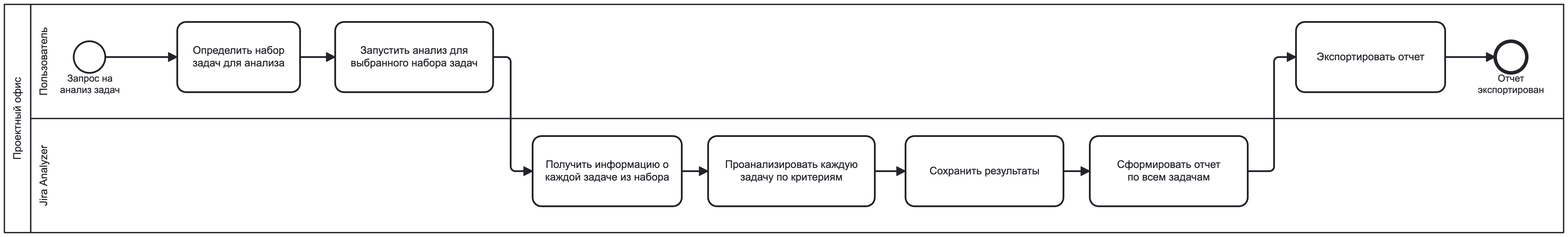
Above: docs/resources/BPMN/TO_BE.png in vladuslavivanov/jira_analyzer (BPMN), before the change. Its source is kept beside it as docs/resources/BPMN/TO_BE.bpmn. Ids are renumbered.
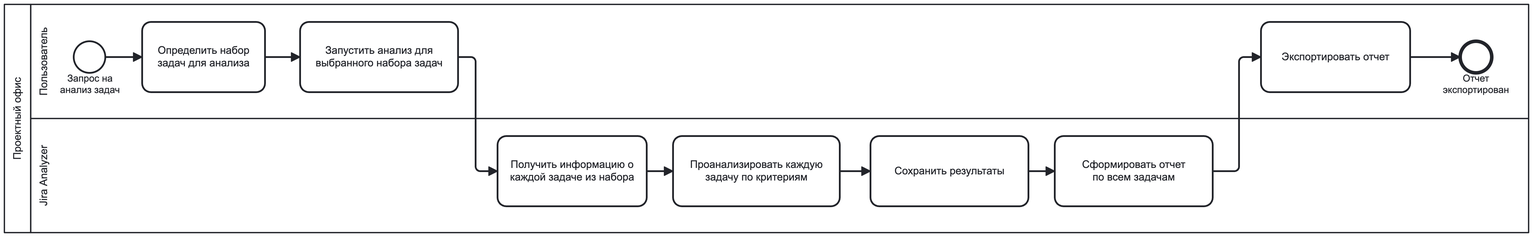
Later version of the same file.

Commit message:
update spaces on BPMN diagrams to make it similar

The edit, as a diff of the source:
```diff
@@ -4,18 +4,18 @@
   </bpmn:collaboration>
   <bpmn:process id="Process_ToBe_JiraAnalyzer" name="TO-BE: Анализ задач через Jira Analyzer" isExecutable="true">
     <bpmn:laneSet id="LaneSet_1">
+      <bpmn:lane id="Lane_n4" name="Jira Analyzer">
+        <bpmn:flowNodeRef>Task_SendJiraRequest</bpmn:flowNodeRef>
+        <bpmn:flowNodeRef>Activity_n5</bpmn:flowNodeRef>
+        <bpmn:flowNodeRef>Task_AnalyzeIssues</bpmn:flowNodeRef>
+        <bpmn:flowNodeRef>Task_ShowAnalysisResults</bpmn:flowNodeRef>
+      </bpmn:lane>
       <bpmn:lane id="Lane_n3" name="Пользователь">
         <bpmn:flowNodeRef>StartEvent_1</bpmn:flowNodeRef>
         <bpmn:flowNodeRef>Task_OpenAnalyzer</bpmn:flowNodeRef>
         <bpmn:flowNodeRef>Task_SetJql</bpmn:flowNodeRef>
         <bpmn:flowNodeRef>Task_ExportReport</bpmn:flowNodeRef>
         <bpmn:flowNodeRef>EndEvent_1</bpmn:flowNodeRef>
-      </bpmn:lane>
-      <bpmn:lane id="Lane_n4" name="Jira Analyzer">
-        <bpmn:flowNodeRef>Task_SendJiraRequest</bpmn:flowNodeRef>
-        <bpmn:flowNodeRef>Activity_n5</bpmn:flowNodeRef>
-        <bpmn:flowNodeRef>Task_AnalyzeIssues</bpmn:flowNodeRef>
-        <bpmn:flowNodeRef>Task_ShowAnalysisResults</bpmn:flowNodeRef>
       </bpmn:lane>
     </bpmn:laneSet>
     <bpmn:startEvent id="StartEvent_1" name="Запрос на анализ задач">
@@ -64,91 +64,91 @@
   <bpmndi:BPMNDiagram id="BPMNDiagram_1">
     <bpmndi:BPMNPlane id="BPMNPlane_1" bpmnElement="Collaboration_n1">
       <bpmndi:BPMNShape id="Participant_n2_di" bpmnElement="Participant_n2" isHorizontal="true">
-        <dc:Bounds x="153" y="180" width="1777" height="260" />
+        <dc:Bounds x="153" y="80" width="1737" height="260" />
+        <bpmndi:BPMNLabel />
+      </bpmndi:BPMNShape>
+      <bpmndi:BPMNShape id="Lane_n4_di" bpmnElement="Lane_n4" isHorizontal="true">
+        <dc:Bounds x="183" y="210" width="1707" height="130" />
         <bpmndi:BPMNLabel />
       </bpmndi:BPMNShape>
       <bpmndi:BPMNShape id="Lane_n3_di" bpmnElement="Lane_n3" isHorizontal="true">
-        <dc:Bounds x="183" y="180" width="1747" height="130" />
-        <bpmndi:BPMNLabel />
-      </bpmndi:BPMNShape>
-      <bpmndi:BPMNShape id="Lane_n4_di" bpmnElement="Lane_n4" isHorizontal="true">
-        <dc:Bounds x="183" y="310" width="1747" height="130" />
+        <dc:Bounds x="183" y="80" width="1707" height="130" />
         <bpmndi:BPMNLabel />
       </bpmndi:BPMNShape>
       <bpmndi:BPMNShape id="StartEvent_1_di" bpmnElement="StartEvent_1">
-        <dc:Bounds x="232" y="222" width="36" height="36" />
+        <dc:Bounds x="232" y="122" width="36" height="36" />
         <bpmndi:BPMNLabel>
-          <dc:Bounds x="216" y="258" width="69" height="27" />
+          <dc:Bounds x="216" y="158" width="69" height="27" />
         </bpmndi:BPMNLabel>
       </bpmndi:BPMNShape>
       <bpmndi:BPMNShape id="Task_OpenAnalyzer_di" bpmnElement="Task_OpenAnalyzer">
-        <dc:Bounds x="350" y="200" width="140" height="80" />
+        <dc:Bounds x="310" y="100" width="140" height="80" />
         <bpmndi:BPMNLabel />
       </bpmndi:BPMNShape>
       <bpmndi:BPMNShape id="Task_SetJql_di" bpmnElement="Task_SetJql">
-        <dc:Bounds x="530" y="200" width="180" height="80" />
+        <dc:Bounds x="490" y="100" width="180" height="80" />
         <bpmndi:BPMNLabel />
       </bpmndi:BPMNShape>
       <bpmndi:BPMNShape id="Task_SendJiraRequest_di" bpmnElement="Task_SendJiraRequest">
-        <dc:Bounds x="755" y="330" width="170" height="80" />
+        <dc:Bounds x="715" y="230" width="170" height="80" />
         <bpmndi:BPMNLabel />
       </bpmndi:BPMNShape>
       <bpmndi:BPMNShape id="BPMNShape_n9" bpmnElement="Activity_n5">
-        <dc:Bounds x="1390" y="330" width="180" height="80" />
+        <dc:Bounds x="1350" y="230" width="180" height="80" />
         <bpmndi:BPMNLabel />
       </bpmndi:BPMNShape>
       <bpmndi:BPMNShape id="Task_AnalyzeIssues_di" bpmnElement="Task_AnalyzeIssues">
-        <dc:Bounds x="955" y="330" width="190" height="80" />
+        <dc:Bounds x="915" y="230" width="190" height="80" />
         <bpmndi:BPMNLabel />
       </bpmndi:BPMNShape>
       <bpmndi:BPMNShape id="Task_ShowAnalysisResults_di" bpmnElement="Task_ShowAnalysisResults">
-        <dc:Bounds x="1180" y="330" width="180" height="80" />
+        <dc:Bounds x="1140" y="230" width="180" height="80" />
         <bpmndi:BPMNLabel />
       </bpmndi:BPMNShape>
       <bpmndi:BPMNShape id="Task_ExportReport_di" bpmnElement="Task_ExportReport">
-        <dc:Bounds x="1625" y="200" width="170" height="80" />
+        <dc:Bounds x="1585" y="100" width="170" height="80" />
       </bpmndi:BPMNShape>
       <bpmndi:BPMNShape id="EndEvent_1_di" bpmnElement="EndEvent_1">
-        <dc:Bounds x="1852" y="222" width="36" height="36" />
+        <dc:Bounds x="1812" y="122" width="36" height="36" />
         <bpmndi:BPMNLabel>
-          <dc:Bounds x="1832" y="258" width="76" height="27" />
+          <dc:Bounds x="1792" y="158" width="76" height="27" />
         </bpmndi:BPMNLabel>
       </bpmndi:BPMNShape>
       <bpmndi:BPMNEdge id="Flow_1_di" bpmnElement="Flow_1">
-        <di:waypoint x="268" y="240" />
-        <di:waypoint x="350" y="240" />
+        <di:waypoint x="268" y="140" />
+        <di:waypoint x="310" y="140" />
       </bpmndi:BPMNEdge>
       <bpmndi:BPMNEdge id="Flow_n6_di" bpmnElement="Flow_n6">
-        <di:waypoint x="490" y="240" />
-        <di:waypoint x="530" y="240" />
+        <di:waypoint x="450" y="140" />
+        <di:waypoint x="490" y="140" />
       </bpmndi:BPMNEdge>
       <bpmndi:BPMNEdge id="Flow_n7_di" bpmnElement="Flow_n7">
-        <di:waypoint x="710" y="240" />
-        <di:waypoint x="730" y="240" />
-        <di:waypoint x="730" y="370" />
-        <di:waypoint x="755" y="370" />
+        <di:waypoint x="670" y="140" />
+        <di:waypoint x="690" y="140" />
+        <di:waypoint x="690" y="270" />
+        <di:waypoint x="715" y="270" />
       </bpmndi:BPMNEdge>
       <bpmndi:BPMNEdge id="Flow_7_di" bpmnElement="Flow_7">
-        <di:waypoint x="925" y="370" />
-        <di:waypoint x="955" y="370" />
+        <di:waypoint x="885" y="270" />
+        <di:waypoint x="915" y="270" />
+      </bpmndi:BPMNEdge>
+      <bpmndi:BPMNEdge id="Flow_11_di" bpmnElement="Flow_11">
+        <di:waypoint x="1320" y="270" />
+        <di:waypoint x="1350" y="270" />
       </bpmndi:BPMNEdge>
       <bpmndi:BPMNEdge id="Flow_n8_di" bpmnElement="Flow_n8">
-        <di:waypoint x="1570" y="370" />
-        <di:waypoint x="1600" y="370" />
-        <di:waypoint x="1600" y="240" />
-        <di:waypoint x="1625" y="240" />
+        <di:waypoint x="1530" y="270" />
+        <di:waypoint x="1560" y="270" />
+        <di:waypoint x="1560" y="140" />
+        <di:waypoint x="1585" y="140" />
+      </bpmndi:BPMNEdge>
+      <bpmndi:BPMNEdge id="Flow_10_di" bpmnElement="Flow_10">
+        <di:waypoint x="1105" y="270" />
+        <di:waypoint x="1140" y="270" />
       </bpmndi:BPMNEdge>
       <bpmndi:BPMNEdge id="Flow_19_di" bpmnElement="Flow_19">
-        <di:waypoint x="1795" y="240" />
-        <di:waypoint x="1852" y="240" />
-      </bpmndi:BPMNEdge>
-      <bpmndi:BPMNEdge id="Flow_10_di" bpmnElement="Flow_10">
-        <di:waypoint x="1145" y="370" />
-        <di:waypoint x="1180" y="370" />
-      </bpmndi:BPMNEdge>
-      <bpmndi:BPMNEdge id="Flow_11_di" bpmnElement="Flow_11">
-        <di:waypoint x="1360" y="370" />
-        <di:waypoint x="1390" y="370" />
+        <di:waypoint x="1755" y="140" />
+        <di:waypoint x="1812" y="140" />
       </bpmndi:BPMNEdge>
     </bpmndi:BPMNPlane>
   </bpmndi:BPMNDiagram>
```
